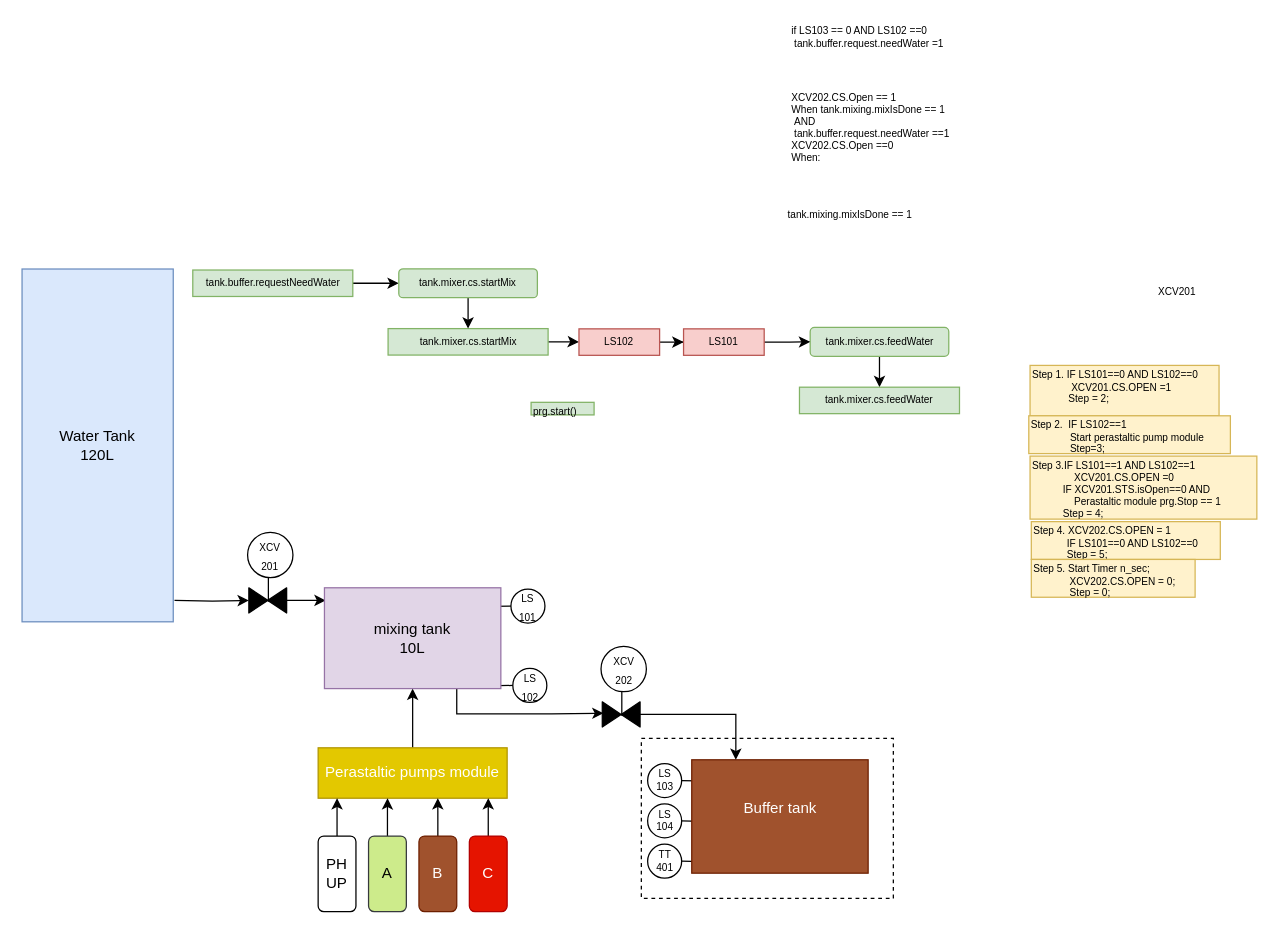
This is растворный_узел.drawio from Johnystu/draw_io, a draw.io file, before an edit. Source tidied: cells renumbered, new cells numbered last; positions are measured from the earlier drawing's top-left corner, leaving out a move shared by most shapes. Both pictures are drawn from the tidied source at 126%, with x=0, y=0 at pixel (21, 21).
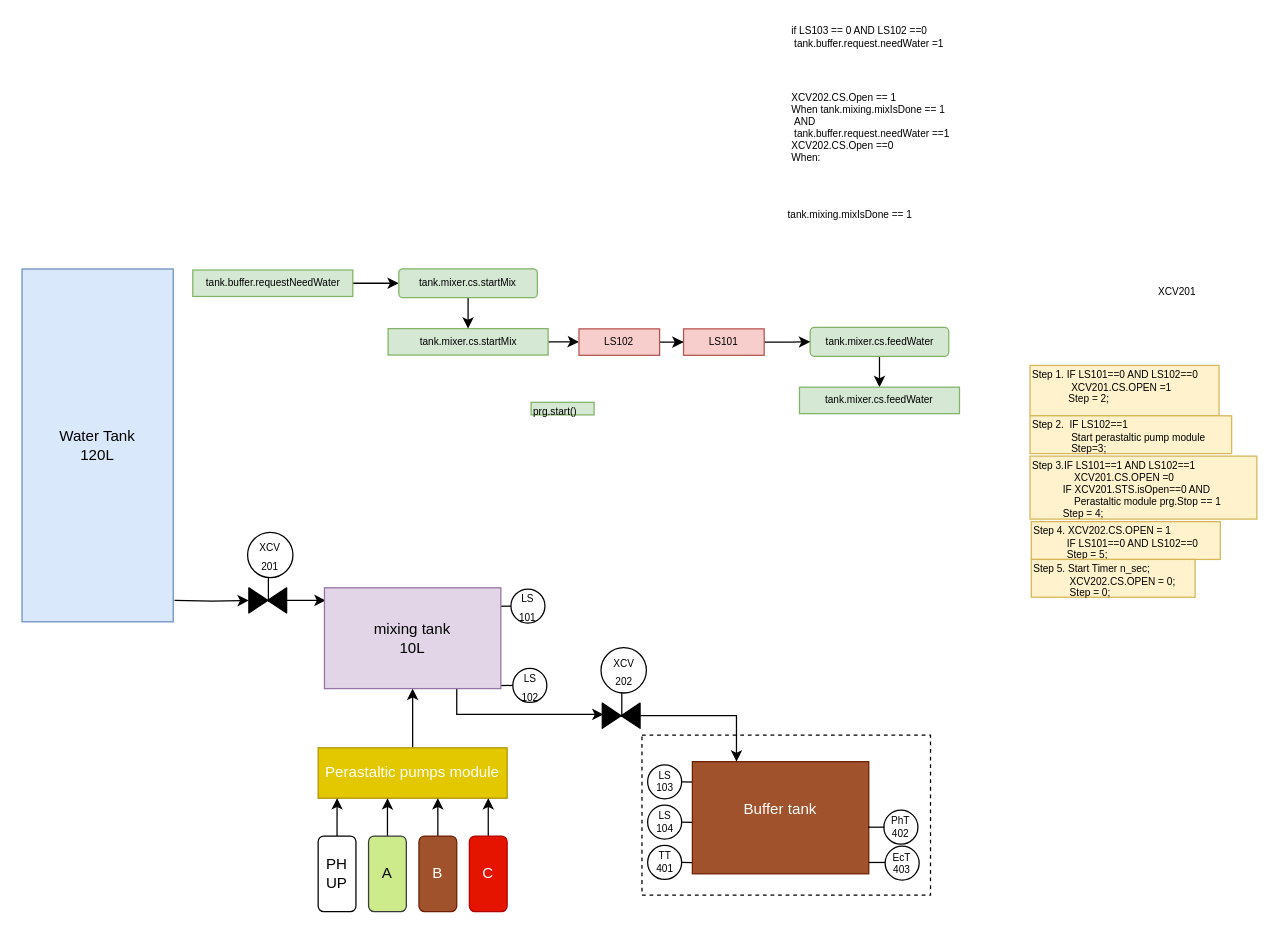
The same page after the edit.

What changed in the source:
```diff
@@
     <mxCell id="2" style="rounded=0;whiteSpace=wrap;html=1;fontSize=8;fillColor=none;dashed=1;" parent="1" vertex="1">
-      <mxGeometry x="491.5" y="568.5" width="200" height="127" as="geometry" />
+      <mxGeometry x="492" y="566" width="229" height="127" as="geometry" />
     </mxCell>
@@
     <mxCell id="6" style="group;fontSize=8;" parent="1" vertex="1">
-      <mxGeometry x="496.5" y="652.5" width="50" height="27" as="geometry" />
+      <mxGeometry x="496.5" y="653.5" width="50" height="27" as="geometry" />
     </mxCell>
@@
     <mxCell id="9" style="group;fontSize=8;" parent="1" vertex="1">
-      <mxGeometry x="496.5" y="588.5" width="50" height="27" as="geometry" />
+      <mxGeometry x="496.5" y="589.5" width="50" height="27" as="geometry" />
     </mxCell>
@@
     <mxCell id="12" style="group;fontSize=8;" parent="1" vertex="1">
-      <mxGeometry x="496.5" y="620.5" width="50" height="27" as="geometry" />
+      <mxGeometry x="496.5" y="621.5" width="50" height="27" as="geometry" />
     </mxCell>
@@
     <mxCell id="33" style="group;" parent="1" vertex="1">
-      <mxGeometry x="459.5" y="495.5" width="36" height="64" as="geometry" />
+      <mxGeometry x="459.5" y="496.5" width="36" height="64" as="geometry" />
     </mxCell>
@@
     <mxCell id="37" value="&lt;div&gt;Buffer tank&lt;/div&gt;&lt;div&gt;&lt;br&gt;&lt;/div&gt;" style="rounded=0;whiteSpace=wrap;html=1;fillColor=#a0522d;strokeColor=#6D1F00;fontColor=#ffffff;" parent="1" vertex="1">
-      <mxGeometry x="531.5" y="585.5" width="140" height="90" as="geometry" />
+      <mxGeometry x="532" y="587" width="140" height="89" as="geometry" />
     </mxCell>
@@
     <mxCell id="63" value="Step 2.&amp;nbsp; IF LS102==1&lt;div&gt;&amp;nbsp;&amp;nbsp;&amp;nbsp;&amp;nbsp;&amp;nbsp;&amp;nbsp;&amp;nbsp;&amp;nbsp;&amp;nbsp;&amp;nbsp;&amp;nbsp;&amp;nbsp;&amp;nbsp; Start perastaltic pump module&lt;/div&gt;&lt;div&gt;&amp;nbsp;&amp;nbsp;&amp;nbsp;&amp;nbsp;&amp;nbsp;&amp;nbsp;&amp;nbsp;&amp;nbsp;&amp;nbsp;&amp;nbsp;&amp;nbsp;&amp;nbsp;&amp;nbsp; Step=3;&lt;br&gt;&lt;/div&gt;" style="text;html=1;align=left;verticalAlign=top;spacingTop=-4;fontSize=8;fillColor=#fff2cc;strokeColor=#d6b656;" parent="1" vertex="1">
-      <mxGeometry x="799" y="312.5" width="160" height="30" as="geometry" />
+      <mxGeometry x="800" y="312.5" width="160" height="30" as="geometry" />
     </mxCell>
@@
+    <mxCell id="66" style="group;fontSize=8;" parent="1" vertex="1">
+      <mxGeometry x="748.5" y="637.5" width="50" height="27" as="geometry" />
+    </mxCell>
+    <mxCell id="67" value="&lt;div style=&quot;font-size: 8px&quot;&gt;PhT&lt;/div&gt;&lt;div style=&quot;font-size: 8px&quot;&gt;402&lt;/div&gt;" style="ellipse;whiteSpace=wrap;html=1;fontSize=8;" parent="1" vertex="1">
+      <mxGeometry x="684" y="625.5" width="27" height="27" as="geometry" />
+    </mxCell>
+    <mxCell id="68" style="endArrow=none;html=1;fontSize=8;" parent="1" edge="1">
+      <mxGeometry relative="1" as="geometry">
+        <mxPoint x="671.5" y="639" as="sourcePoint" />
+        <mxPoint x="684.5" y="639" as="targetPoint" />
+      </mxGeometry>
+    </mxCell>
+    <mxCell id="69" value="&lt;div style=&quot;font-size: 8px&quot;&gt;EcT&lt;/div&gt;&lt;div style=&quot;font-size: 8px&quot;&gt;403&lt;/div&gt;" style="ellipse;whiteSpace=wrap;html=1;fontSize=8;" parent="1" vertex="1">
+      <mxGeometry x="685" y="654" width="27" height="27" as="geometry" />
+    </mxCell>
+    <mxCell id="70" style="endArrow=none;html=1;fontSize=8;" parent="1" edge="1">
+      <mxGeometry relative="1" as="geometry">
+        <mxPoint x="672" y="667" as="sourcePoint" />
+        <mxPoint x="685" y="667" as="targetPoint" />
+      </mxGeometry>
+    </mxCell>
```
